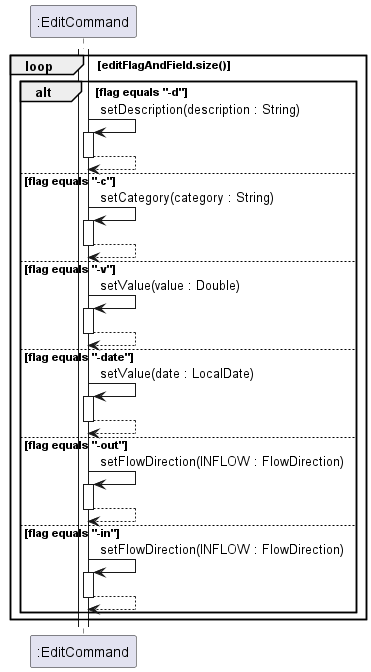
Earlier version of the PlantUML export docs/images/DeveloperGuide/EditCommandRefFrame.png (nus-cs2113-AY2223S2/tp).
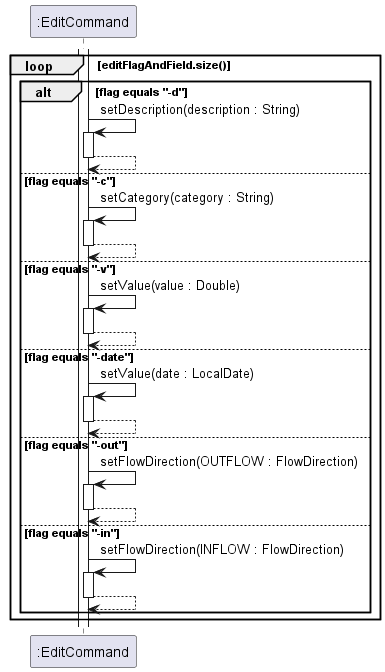
Later version of the same file.

The edit, as a diff of the source:
```diff
@@ -27,7 +27,7 @@
     deactivate EditCommand
 
     else flag equals "-out"
-    EditCommand -> EditCommand : setFlowDirection(INFLOW : FlowDirection)
+    EditCommand -> EditCommand : setFlowDirection(OUTFLOW : FlowDirection)
     activate EditCommand
     EditCommand --> EditCommand
     deactivate EditCommand
```
